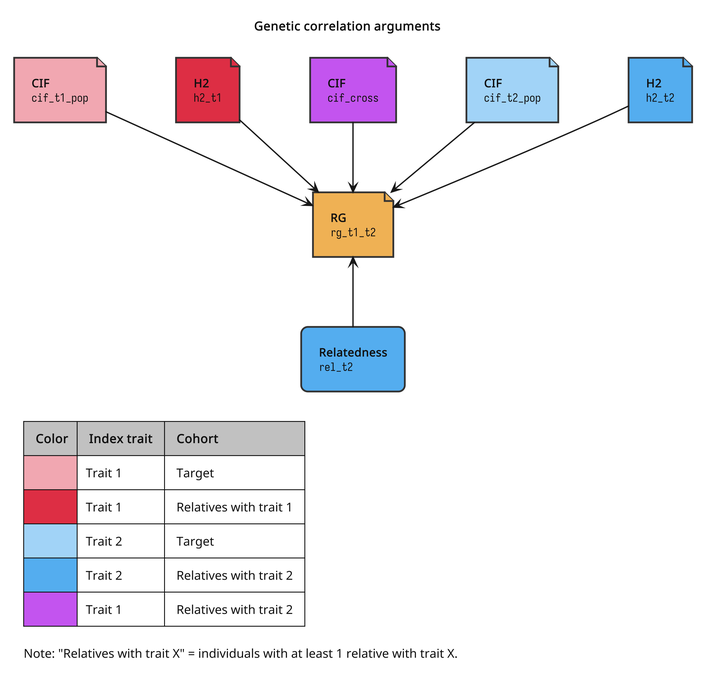
This is guides/diagrams/rg-arguments.png from BioPsyk/epimight, a PlantUML export, as it was before one commit.
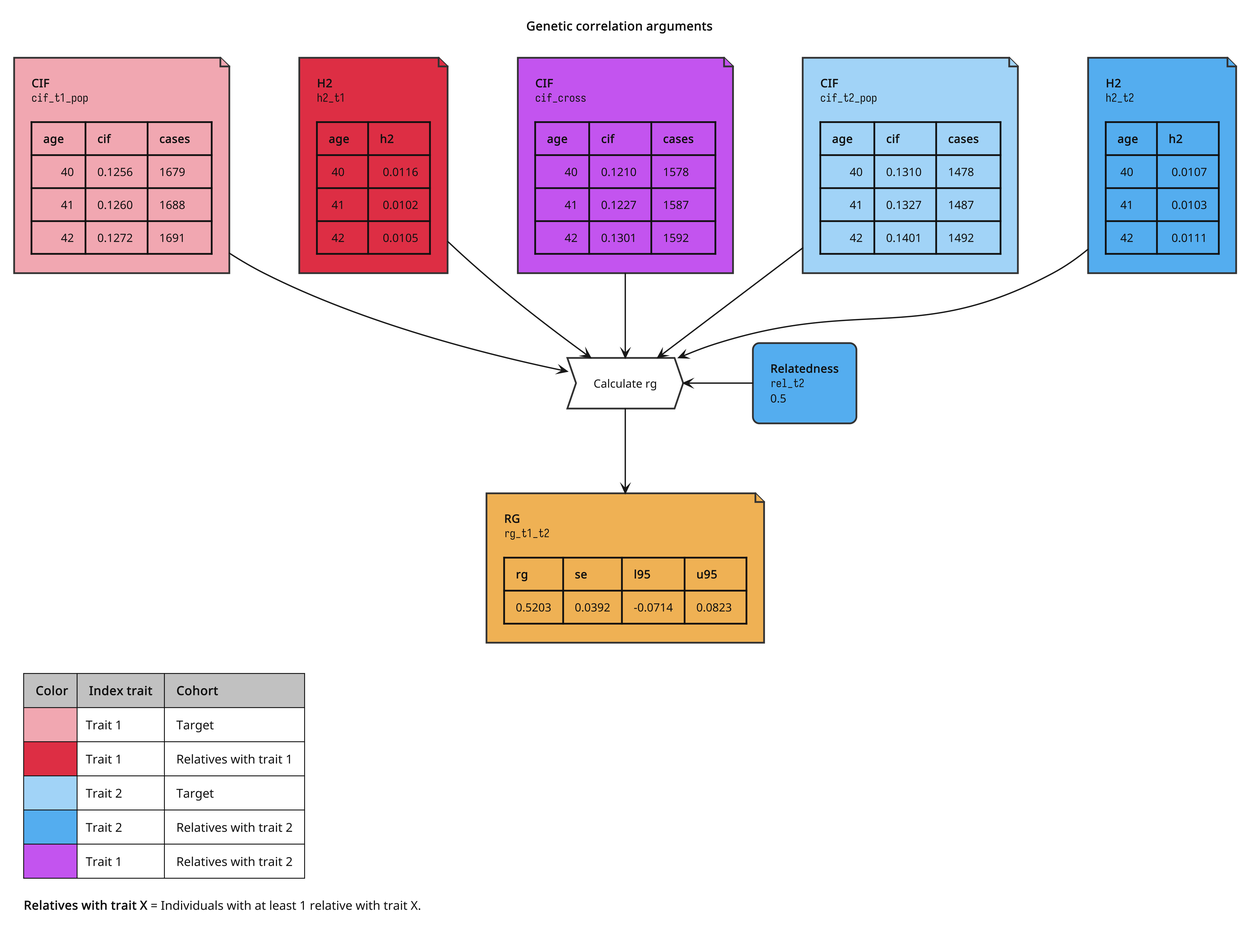
After the change.

Commit message:
Adds better diagram

Change to the diagram source:
```diff
@@ -23,13 +23,16 @@
     LineColor #333333
   }
 
+  process {
+    LineColor #333333
+  }
+
   card {
     RoundCorner     0
     BackgroundColor transparent
     LineColor       transparent
   }
 </style>
-
 
 title "**Genetic correlation arguments**"
 
@@ -41,17 +44,70 @@
   |<#54adef>|Trait 2 | Relatives with trait 2 |
   |<#c254ef>|Trait 1 | Relatives with trait 2 |
 
-  Note: "Relatives with trait X" = individuals with at least 1 relative with trait X.
+  **Relatives with trait X** = Individuals with at least 1 relative with trait X.
 endlegend
 
-file "**CIF**\n""cif_t1_pop""" as cif_t1_pop #f1a7b0
-file "**H2**\n""h2_t1""" as h2_t1 #dd2e44
-file "**CIF**\n""cif_cross""" as cif_cross #c254ef
-file "**CIF**\n""cif_t2_pop""" as cif_t2_pop #a1d2f7
-file "**H2**\n""h2_t2""" as h2_t2 #54adef
-file "**RG**\n""rg_t1_t2""" as rg #efb054
+file cif_t1_pop #f1a7b0 [
+**CIF**
+""cif_t1_pop""
 
-rectangle "**Relatedness**\n""rel_t2""" as t3_rel #54adef
+| **age**  | **cif** | **cases** |
+|       40 | 0.1256  | 1679      |
+|       41 | 0.1260  | 1688      |
+|       42 | 0.1272  | 1691      |
+]
+
+file h2_t1 #dd2e44 [
+**H2**
+""h2_t1""
+
+| **age** | **h2**  |
+|  40     |  0.0116 |
+|  41     |  0.0102 |
+|  42     |  0.0105 |
+]
+
+file cif_cross #c254ef [
+**CIF**
+""cif_cross""
+
+| **age**  | **cif** | **cases** |
+|       40 | 0.1210  | 1578      |
+|       41 | 0.1227  | 1587      |
+|       42 | 0.1301  | 1592      |
+]
+
+file cif_t2_pop #a1d2f7 [
+**CIF**
+""cif_t2_pop""
+
+| **age**  | **cif** | **cases** |
+|       40 | 0.1310  | 1478      |
+|       41 | 0.1327  | 1487      |
+|       42 | 0.1401  | 1492      |
+]
+
+file h2_t2 #54adef [
+**H2**
+""h2_t2""
+
+| **age** | **h2**  |
+|  40     |  0.0107 |
+|  41     |  0.0103 |
+|  42     |  0.0111 |
+]
+
+process "Calculate rg" as rg
+
+file rg_results #efb054 [
+**RG**
+""rg_t1_t2""
+
+| **rg** | **se** | **l95** | **u95** |
+| 0.5203 | 0.0392 | -0.0714 | 0.0823  |
+]
+
+rectangle "**Relatedness**\n""rel_t2""\n0.5" as t3_rel #54adef
 
 cif_t1_pop --> rg
 cif_t2_pop --> rg
@@ -59,5 +115,7 @@
 h2_t1 --> rg
 h2_t2 --> rg
 
-t3_rel -UP-> rg
+t3_rel -LEFT-> rg
+
+rg --> rg_results
 @enduml
```
